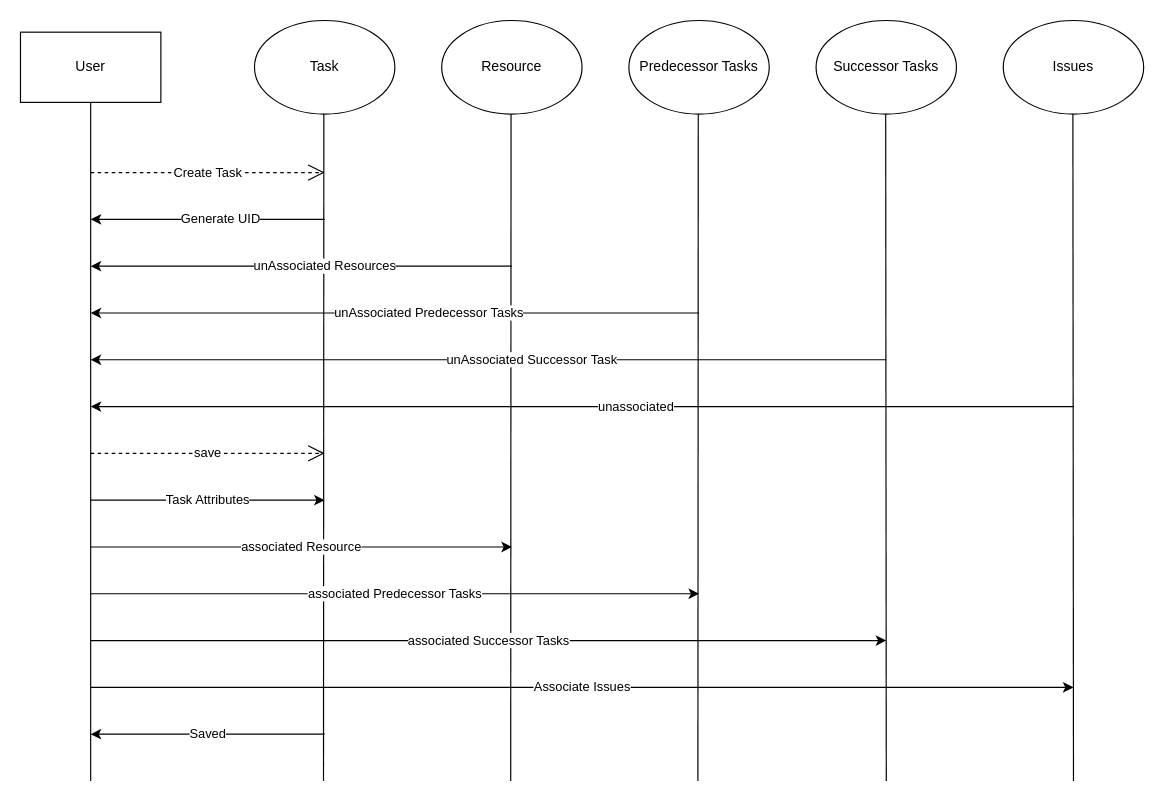
This is diagrams/delete Task.drawio from alicebalayan/comp380---project3, a draw.io file, before an edit. Source tidied: cells renumbered, new cells numbered last; positions are measured from the earlier drawing's top-left corner, leaving out a move shared by most shapes. Both pictures are drawn from the tidied source at 117%, with x=0, y=0 at pixel (20, 20).
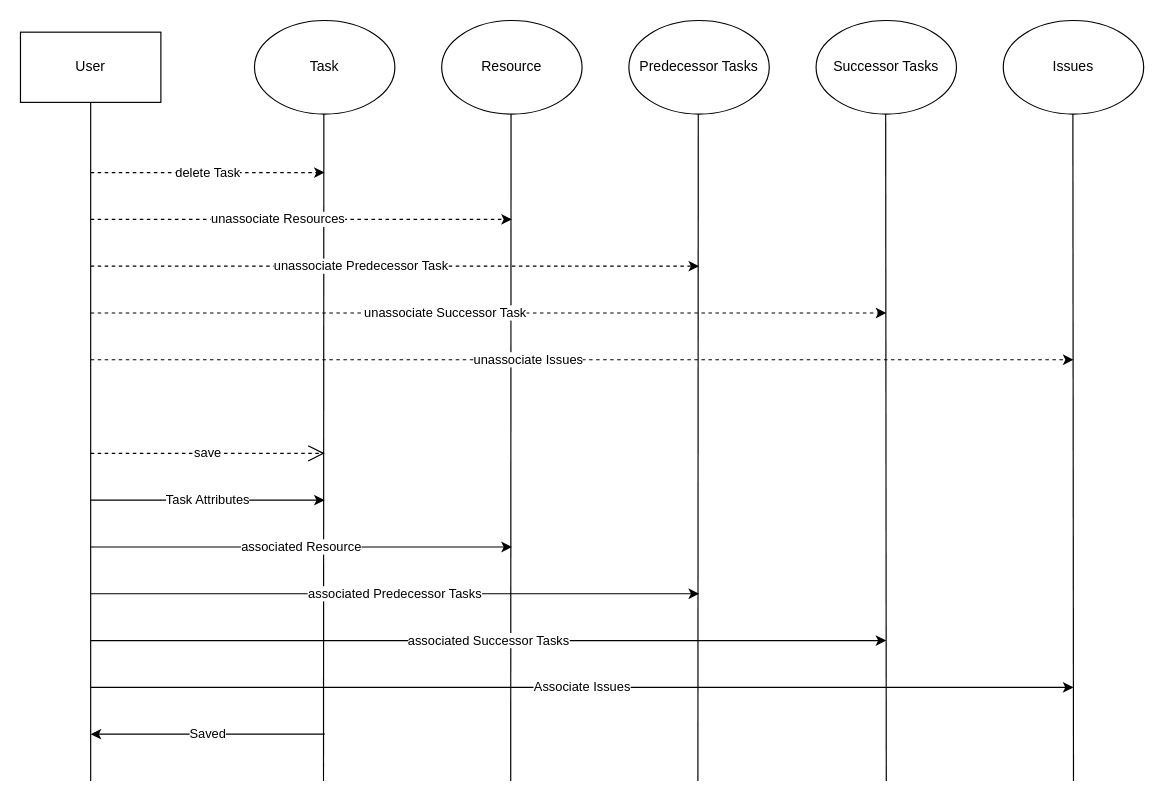
The same diagram, later.

Diff of the diagram source:
```diff
@@
-    <mxCell id="14" value="Create Task" style="endArrow=open;endSize=12;dashed=1;html=1;" parent="1" edge="1">
+    <mxCell id="14" value="delete Task" style="endArrow=classic;dashed=1;html=1;" parent="1" edge="1">
       <mxGeometry relative="1" as="geometry">
         <mxPoint x="60" y="130" as="sourcePoint" />
         <mxPoint x="260" y="130" as="targetPoint" />
       </mxGeometry>
     </mxCell>
-    <mxCell id="15" value="unAssociated Resources" style="endArrow=classic;html=1;" parent="1" edge="1">
+    <mxCell id="15" value="unassociate Resources" style="endArrow=classic;html=1;dashed=1;" parent="1" edge="1">
       <mxGeometry x="-0.11" relative="1" as="geometry">
-        <mxPoint x="420" y="210" as="sourcePoint" />
-        <mxPoint x="60" y="210" as="targetPoint" />
+        <mxPoint x="60" y="170" as="sourcePoint" />
+        <mxPoint x="420" y="170" as="targetPoint" />
       </mxGeometry>
     </mxCell>
-    <mxCell id="16" value="Generate UID" style="endArrow=classic;html=1;" parent="1" edge="1">
-      <mxGeometry x="-0.11" relative="1" as="geometry">
-        <mxPoint x="260" y="170" as="sourcePoint" />
-        <mxPoint x="60" y="170" as="targetPoint" />
-      </mxGeometry>
-    </mxCell>
-    <mxCell id="17" value="unAssociated Predecessor Tasks" style="endArrow=classic;html=1;" parent="1" edge="1">
+    <mxCell id="17" value="unassociate Predecessor Task" style="endArrow=classic;html=1;dashed=1;" parent="1" edge="1">
       <mxGeometry x="-0.11" relative="1" as="geometry">
-        <mxPoint x="580" y="250" as="sourcePoint" />
-        <mxPoint x="60" y="250" as="targetPoint" />
+        <mxPoint x="60" y="210" as="sourcePoint" />
+        <mxPoint x="580" y="210" as="targetPoint" />
       </mxGeometry>
     </mxCell>
-    <mxCell id="18" value="unAssociated Successor Task" style="endArrow=classic;html=1;" parent="1" edge="1">
+    <mxCell id="18" value="unassociate Successor Task" style="endArrow=classic;html=1;dashed=1;" parent="1" edge="1">
       <mxGeometry x="-0.11" relative="1" as="geometry">
-        <mxPoint x="740" y="290" as="sourcePoint" />
-        <mxPoint x="60" y="290" as="targetPoint" />
+        <mxPoint x="60" y="250" as="sourcePoint" />
+        <mxPoint x="740" y="250" as="targetPoint" />
       </mxGeometry>
     </mxCell>
-    <mxCell id="19" value="unassociated" style="endArrow=classic;html=1;" parent="1" edge="1">
+    <mxCell id="19" value="unassociate Issues" style="endArrow=classic;dashed=1;html=1;" parent="1" edge="1">
       <mxGeometry x="-0.11" relative="1" as="geometry">
-        <mxPoint x="900" y="330" as="sourcePoint" />
-        <mxPoint x="60" y="330" as="targetPoint" />
+        <mxPoint x="60" y="290" as="sourcePoint" />
+        <mxPoint x="900" y="290" as="targetPoint" />
       </mxGeometry>
     </mxCell>
```
